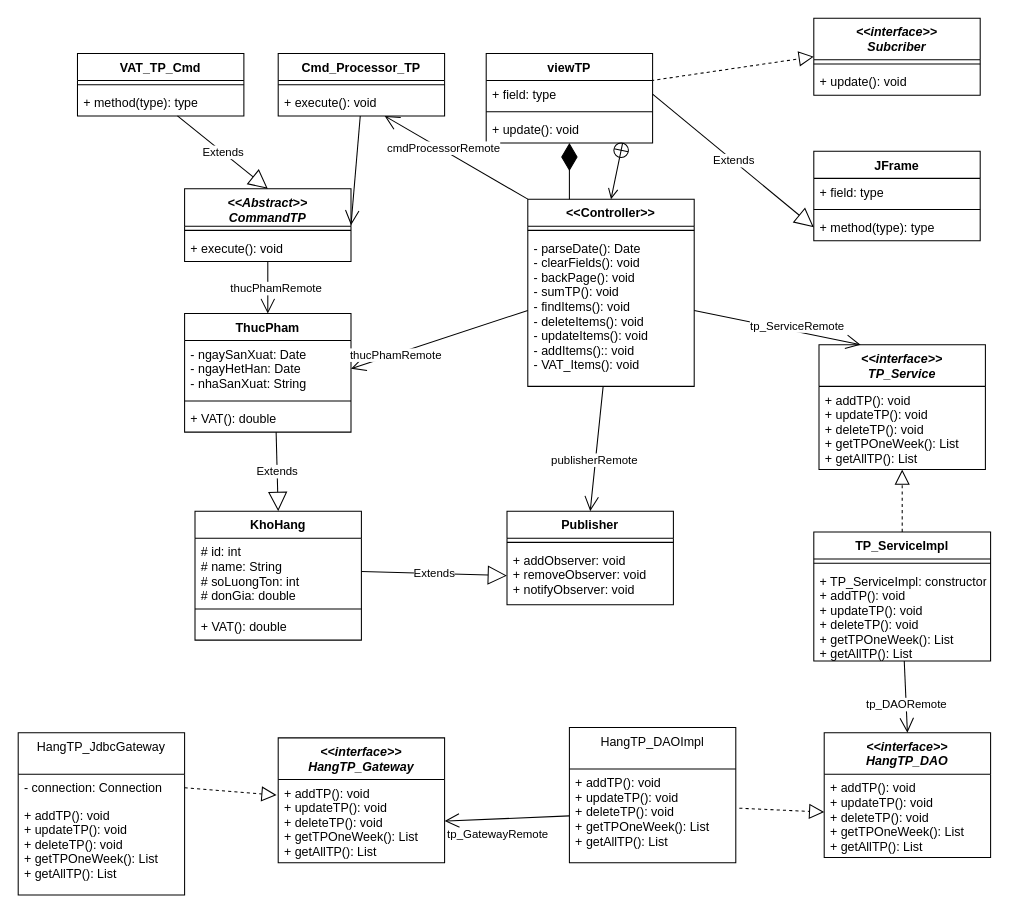
Earlier version of the draw.io diagram page "ThucPham" (2 of 11) of Diagrams.drawio (TMChi3n/DesignPattern). Source tidied: cells renumbered, new cells numbered last; positions are measured from the earlier drawing's top-left corner, leaving out a move shared by most shapes. Both pictures are drawn from the tidied source at 104%, with x=0, y=0 at pixel (18, 18).
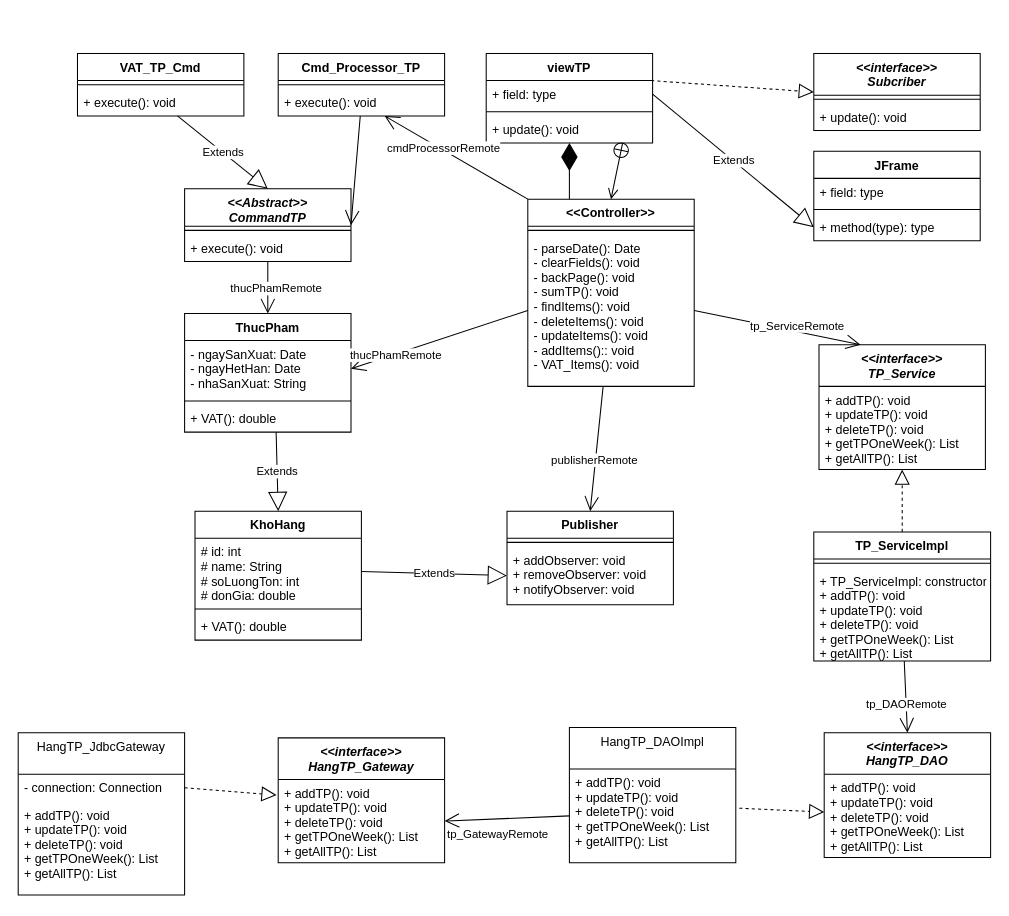
The same diagram, later.

Unchanged cells that the change refers to:
```xml
<mxCell id="65" value="VAT_TP_Cmd" style="swimlane;fontStyle=1;align=center;verticalAlign=top;horizontal=1;startSize=26;whiteSpace=wrap;html=1;" parent="1" vertex="1">
  <mxGeometry x="57" y="34" width="160" height="60" as="geometry" />
</mxCell>
```

Change to the diagram source:
```diff
@@
     <mxCell id="53" value="&lt;&lt;interface&gt;&gt;&#10;Subcriber&#10;" style="swimlane;fontStyle=3;align=center;verticalAlign=top;horizontal=1;startSize=40;" parent="1" vertex="1">
-      <mxGeometry x="765" width="160" height="74" as="geometry" />
+      <mxGeometry x="765" y="34" width="160" height="74" as="geometry" />
     </mxCell>
@@
-    <mxCell id="67" value="+ method(type): type" style="text;strokeColor=none;fillColor=none;align=left;verticalAlign=top;spacingLeft=4;spacingRight=4;overflow=hidden;points=[[0,0.5],[1,0.5]];portConstraint=eastwest;whiteSpace=wrap;html=1;" parent="65" vertex="1">
+    <mxCell id="67" value="+ execute(): void" style="text;strokeColor=none;fillColor=none;align=left;verticalAlign=top;spacingLeft=4;spacingRight=4;overflow=hidden;points=[[0,0.5],[1,0.5]];portConstraint=eastwest;whiteSpace=wrap;html=1;" parent="65" vertex="1">
       <mxGeometry y="34" width="160" height="26" as="geometry" />
     </mxCell>
```
